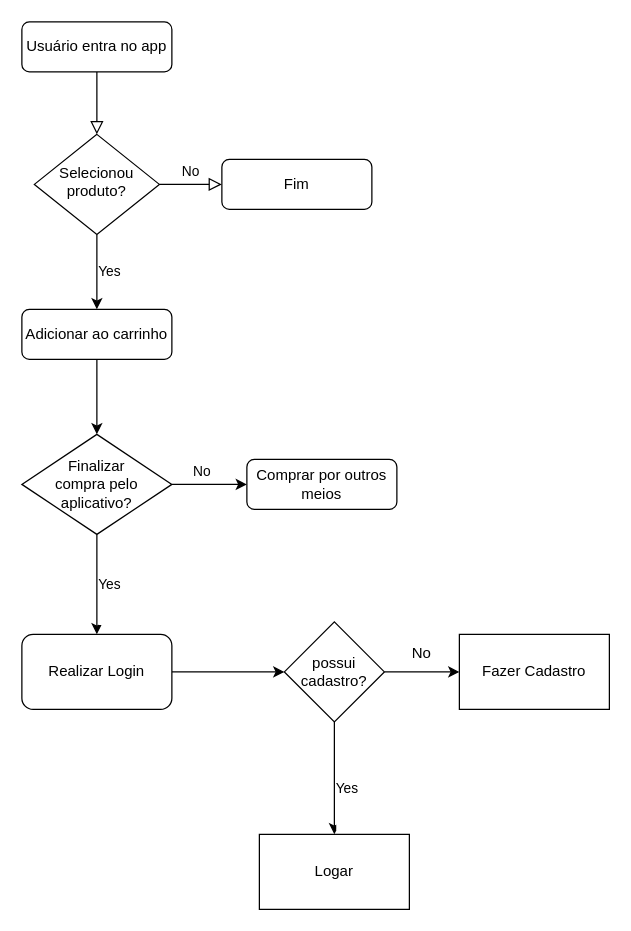
The draw.io diagram Untitled Diagram.drawio in enirya/PI-ADS4-AlphaSystem, before the edit. Source tidied: cells renumbered, new cells numbered last; positions are measured from the earlier drawing's top-left corner, leaving out a move shared by most shapes. Both pictures are drawn from the tidied source at 125%, with x=0, y=0 at pixel (21, 21).
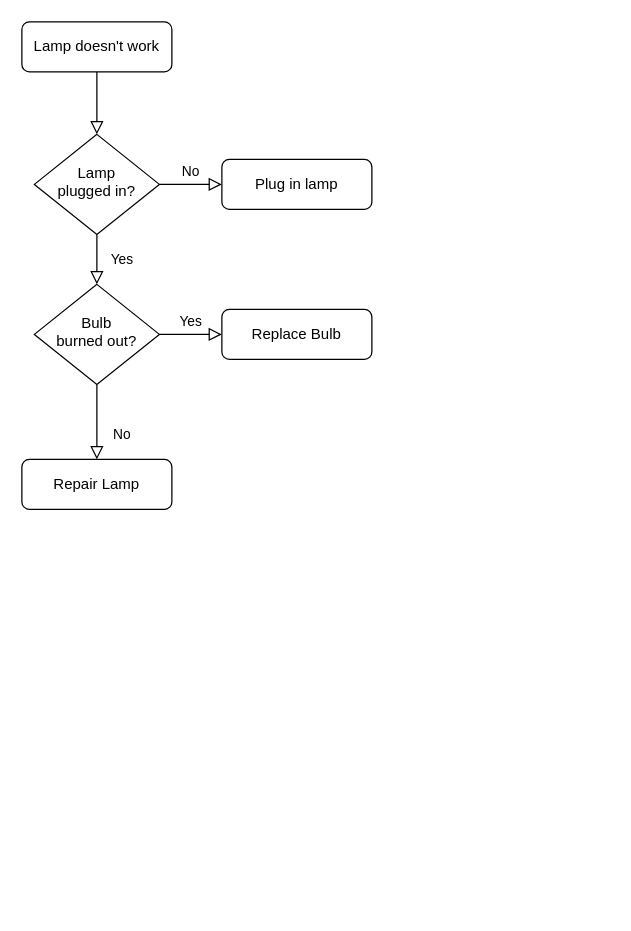
After the change.

What changed in the source:
```diff
@@
-    <mxCell id="3" value="Usuário entra no app" style="rounded=1;whiteSpace=wrap;html=1;fontSize=12;glass=0;strokeWidth=1;shadow=0;" parent="1" vertex="1">
+    <mxCell id="3" value="Lamp doesn't work" style="rounded=1;whiteSpace=wrap;html=1;fontSize=12;glass=0;strokeWidth=1;shadow=0;" parent="1" vertex="1">
       <mxGeometry width="120" height="40" as="geometry" />
     </mxCell>
+    <mxCell id="22" value="Yes" style="rounded=0;html=1;jettySize=auto;fontSize=11;endArrow=block;endFill=0;endSize=8;strokeWidth=1;shadow=0;labelBackgroundColor=none;edgeStyle=orthogonalEdgeStyle;" parent="1" edge="1" source="6" target="25">
+      <mxGeometry y="20" relative="1" as="geometry" />
+    </mxCell>
@@
-    <mxCell id="5" value="Yes" style="edgeStyle=orthogonalEdgeStyle;rounded=0;jettySize=auto;html=1;" parent="1" edge="1" source="6" target="9">
-      <mxGeometry y="10" relative="1" as="geometry" />
-    </mxCell>
-    <mxCell id="6" value="Selecionou produto?" style="rhombus;whiteSpace=wrap;html=1;shadow=0;fontFamily=Helvetica;fontSize=12;align=center;strokeWidth=1;spacing=6;spacingTop=-4;" parent="1" vertex="1">
+    <mxCell id="6" value="Lamp&lt;br&gt;plugged in?" style="rhombus;whiteSpace=wrap;html=1;shadow=0;fontFamily=Helvetica;fontSize=12;align=center;strokeWidth=1;spacing=6;spacingTop=-4;" parent="1" vertex="1">
       <mxGeometry x="10" y="90" width="100" height="80" as="geometry" />
     </mxCell>
-    <mxCell id="7" value="Fim" style="rounded=1;whiteSpace=wrap;html=1;fontSize=12;glass=0;strokeWidth=1;shadow=0;" parent="1" vertex="1">
+    <mxCell id="7" value="Plug in lamp" style="rounded=1;whiteSpace=wrap;html=1;fontSize=12;glass=0;strokeWidth=1;shadow=0;" parent="1" vertex="1">
       <mxGeometry x="160" y="110" width="120" height="40" as="geometry" />
     </mxCell>
-    <mxCell id="8" style="edgeStyle=orthogonalEdgeStyle;rounded=0;jettySize=auto;html=1;" parent="1" edge="1" source="9" target="12">
-      <mxGeometry relative="1" as="geometry" />
-    </mxCell>
-    <mxCell id="9" value="Adicionar ao carrinho" style="rounded=1;whiteSpace=wrap;html=1;" parent="1" vertex="1">
-      <mxGeometry y="230" width="120" height="40" as="geometry" />
-    </mxCell>
-    <mxCell id="10" value="No" style="edgeStyle=orthogonalEdgeStyle;rounded=0;jettySize=auto;html=1;" parent="1" edge="1" source="12" target="13">
-      <mxGeometry x="-0.2" y="10" relative="1" as="geometry" />
-    </mxCell>
-    <mxCell id="11" value="&#10;&#10;&lt;span style=&quot;color: rgb(0, 0, 0); font-family: helvetica; font-size: 11px; font-style: normal; font-weight: 400; letter-spacing: normal; text-align: center; text-indent: 0px; text-transform: none; word-spacing: 0px; background-color: rgb(255, 255, 255); display: inline; float: none;&quot;&gt;Yes&lt;/span&gt;&#10;&#10;" style="edgeStyle=orthogonalEdgeStyle;rounded=0;jettySize=auto;html=1;" parent="1" edge="1" source="12" target="15">
-      <mxGeometry y="10" relative="1" as="geometry" />
-    </mxCell>
-    <mxCell id="12" value="Finalizar&lt;br&gt;compra pelo &lt;br&gt;aplicativo?" style="rhombus;whiteSpace=wrap;html=1;" parent="1" vertex="1">
-      <mxGeometry y="330" width="120" height="80" as="geometry" />
-    </mxCell>
-    <mxCell id="13" value="Comprar por outros meios" style="rounded=1;whiteSpace=wrap;html=1;" parent="1" vertex="1">
-      <mxGeometry x="180" y="350" width="120" height="40" as="geometry" />
-    </mxCell>
-    <mxCell id="14" style="edgeStyle=orthogonalEdgeStyle;rounded=0;jettySize=auto;html=1;" parent="1" edge="1" source="15" target="18">
-      <mxGeometry relative="1" as="geometry" />
-    </mxCell>
-    <mxCell id="15" value="Realizar Login" style="rounded=1;whiteSpace=wrap;html=1;" parent="1" vertex="1">
-      <mxGeometry y="490" width="120" height="60" as="geometry" />
-    </mxCell>
-    <mxCell id="16" value="&#10;&#10;&lt;br style=&quot;color: rgb(0, 0, 0); font-family: helvetica; font-size: 11px; font-style: normal; font-weight: 400; letter-spacing: normal; text-align: center; text-indent: 0px; text-transform: none; word-spacing: 0px;&quot;&gt;&lt;br style=&quot;color: rgb(0, 0, 0); font-family: helvetica; font-size: 11px; font-style: normal; font-weight: 400; letter-spacing: normal; text-align: center; text-indent: 0px; text-transform: none; word-spacing: 0px;&quot;&gt;&lt;span style=&quot;color: rgb(0, 0, 0); font-size: 11px; font-style: normal; font-weight: 400; letter-spacing: normal; text-align: center; text-indent: 0px; text-transform: none; word-spacing: 0px; background-color: rgb(255, 255, 255); font-family: helvetica; display: inline; float: none;&quot;&gt;Yes&lt;/span&gt;&lt;br style=&quot;color: rgb(0, 0, 0); font-family: helvetica; font-size: 11px; font-style: normal; font-weight: 400; letter-spacing: normal; text-align: center; text-indent: 0px; text-transform: none; word-spacing: 0px;&quot;&gt;&#10;&#10;" style="edgeStyle=orthogonalEdgeStyle;rounded=0;jettySize=auto;html=1;" parent="1" edge="1" source="18" target="20">
-      <mxGeometry x="-0.11" y="10" relative="1" as="geometry" />
-    </mxCell>
-    <mxCell id="17" style="edgeStyle=orthogonalEdgeStyle;rounded=0;jettySize=auto;html=1;" parent="1" edge="1" source="18" target="19">
-      <mxGeometry relative="1" as="geometry" />
-    </mxCell>
-    <mxCell id="18" value="possui cadastro?" style="rhombus;whiteSpace=wrap;html=1;" parent="1" vertex="1">
-      <mxGeometry x="210" y="480" width="80" height="80" as="geometry" />
-    </mxCell>
-    <mxCell id="19" value="Fazer Cadastro" style="whiteSpace=wrap;html=1;" parent="1" vertex="1">
-      <mxGeometry x="350" y="490" width="120" height="60" as="geometry" />
-    </mxCell>
-    <mxCell id="20" value="Logar" style="whiteSpace=wrap;html=1;" parent="1" vertex="1">
-      <mxGeometry x="190" y="650" width="120" height="60" as="geometry" />
-    </mxCell>
-    <mxCell id="21" value="No" style="text;html=1;strokeColor=none;fillColor=none;align=center;verticalAlign=middle;whiteSpace=wrap;rounded=0;" parent="1" vertex="1">
-      <mxGeometry x="290" y="490" width="60" height="30" as="geometry" />
-    </mxCell>
+    <mxCell id="23" value="No" style="rounded=0;html=1;jettySize=auto;fontSize=11;endArrow=block;endFill=0;endSize=8;strokeWidth=1;shadow=0;labelBackgroundColor=none;edgeStyle=orthogonalEdgeStyle;" parent="1" edge="1" source="25" target="26">
+      <mxGeometry x="0.33" y="20" relative="1" as="geometry" />
+    </mxCell>
+    <mxCell id="24" value="Yes" style="edgeStyle=orthogonalEdgeStyle;rounded=0;html=1;jettySize=auto;fontSize=11;endArrow=block;endFill=0;endSize=8;strokeWidth=1;shadow=0;labelBackgroundColor=none;" parent="1" edge="1" source="25" target="27">
+      <mxGeometry y="10" relative="1" as="geometry" />
+    </mxCell>
+    <mxCell id="25" value="Bulb&lt;br&gt;burned out?" style="rhombus;whiteSpace=wrap;html=1;shadow=0;fontFamily=Helvetica;fontSize=12;align=center;strokeWidth=1;spacing=6;spacingTop=-4;" parent="1" vertex="1">
+      <mxGeometry x="10" y="210" width="100" height="80" as="geometry" />
+    </mxCell>
+    <mxCell id="26" value="Repair Lamp" style="rounded=1;whiteSpace=wrap;html=1;fontSize=12;glass=0;strokeWidth=1;shadow=0;" parent="1" vertex="1">
+      <mxGeometry y="350" width="120" height="40" as="geometry" />
+    </mxCell>
+    <mxCell id="27" value="Replace Bulb" style="rounded=1;whiteSpace=wrap;html=1;fontSize=12;glass=0;strokeWidth=1;shadow=0;" parent="1" vertex="1">
+      <mxGeometry x="160" y="230" width="120" height="40" as="geometry" />
+    </mxCell>
```
